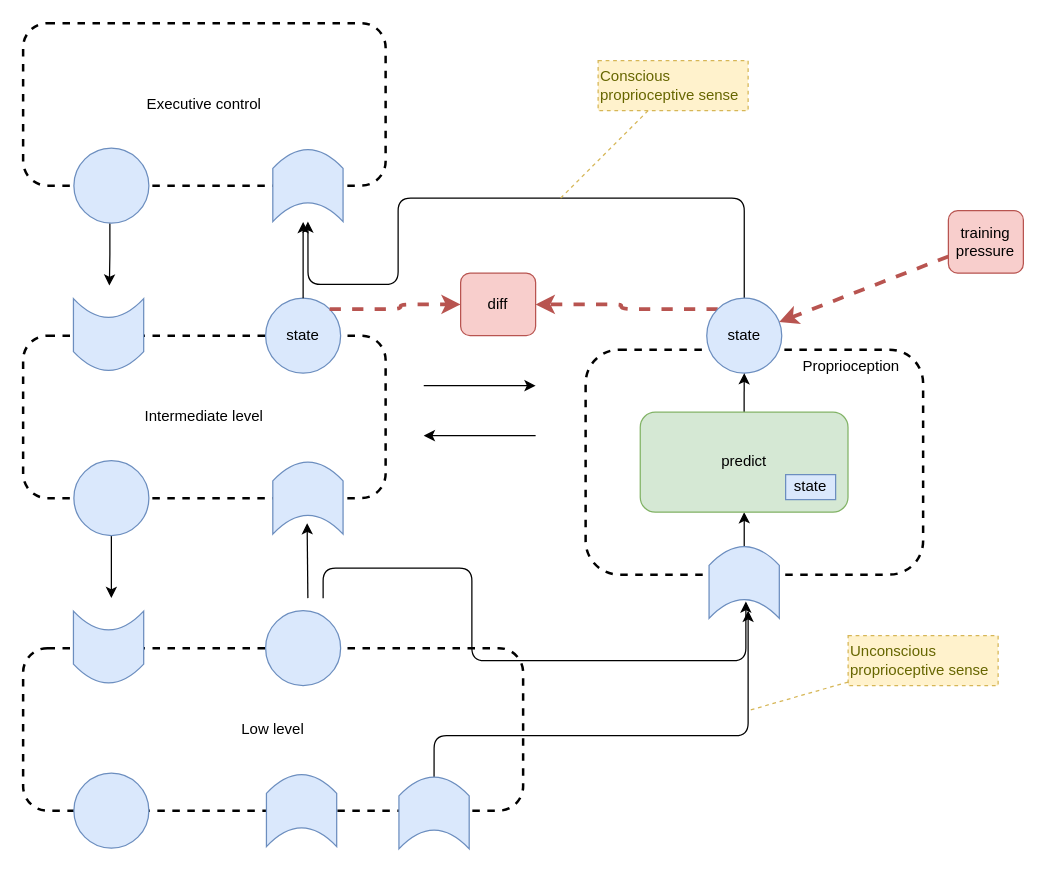
Earlier version of the draw.io diagram page "proprioception" (7 of 16) of files/An-agi-architecture-v1.drawio (malcolmlett/malcolmlett.github.io). Source tidied: cells renumbered, new cells numbered last; positions are measured from the earlier drawing's top-left corner, leaving out a move shared by most shapes. Both pictures are drawn from the tidied source at 125%, with x=0, y=0 at pixel (22, 22).
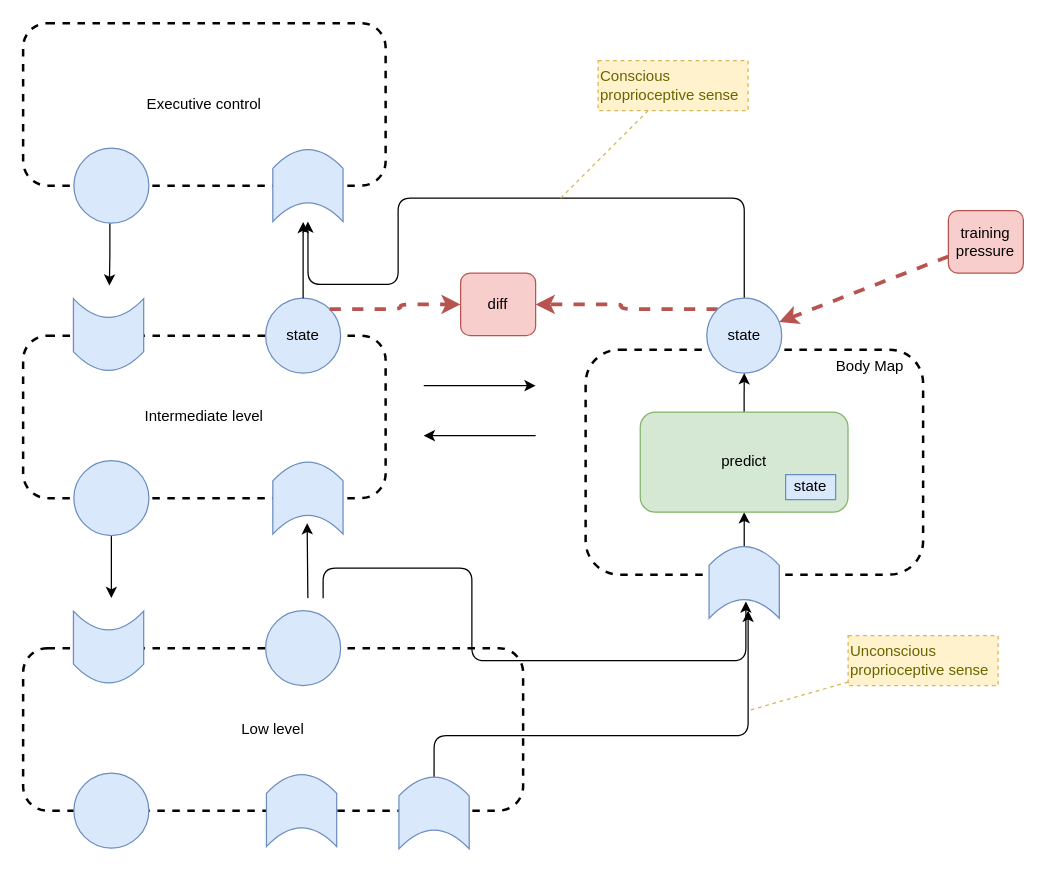
Above is the later version.

Change to the diagram source:
```diff
@@
-    <mxCell id="19" value="Proprioception&amp;nbsp; &amp;nbsp; &amp;nbsp;" style="rounded=1;whiteSpace=wrap;html=1;fillColor=none;dashed=1;strokeWidth=2;verticalAlign=top;align=right;" parent="1" vertex="1">
+    <mxCell id="19" value="Body Map&amp;nbsp; &amp;nbsp;&amp;nbsp;" style="rounded=1;whiteSpace=wrap;html=1;fillColor=none;dashed=1;strokeWidth=2;verticalAlign=top;align=right;" parent="1" vertex="1">
       <mxGeometry x="450" y="261.2" width="270" height="180" as="geometry" />
     </mxCell>
```
